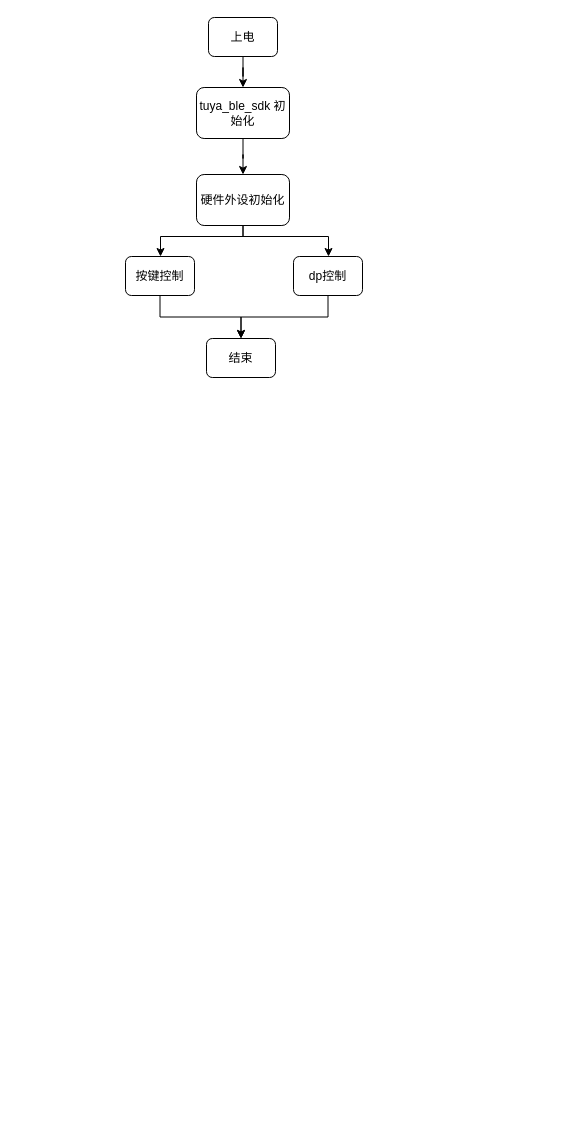
The draw.io diagram power bank software.drawio in JeffYec/Jeff, before the edit. Source tidied: cells renumbered, new cells numbered last; positions are measured from the earlier drawing's top-left corner, leaving out a move shared by most shapes. Both pictures are drawn from the tidied source at 100%, with x=0, y=0 at pixel (125, 17).
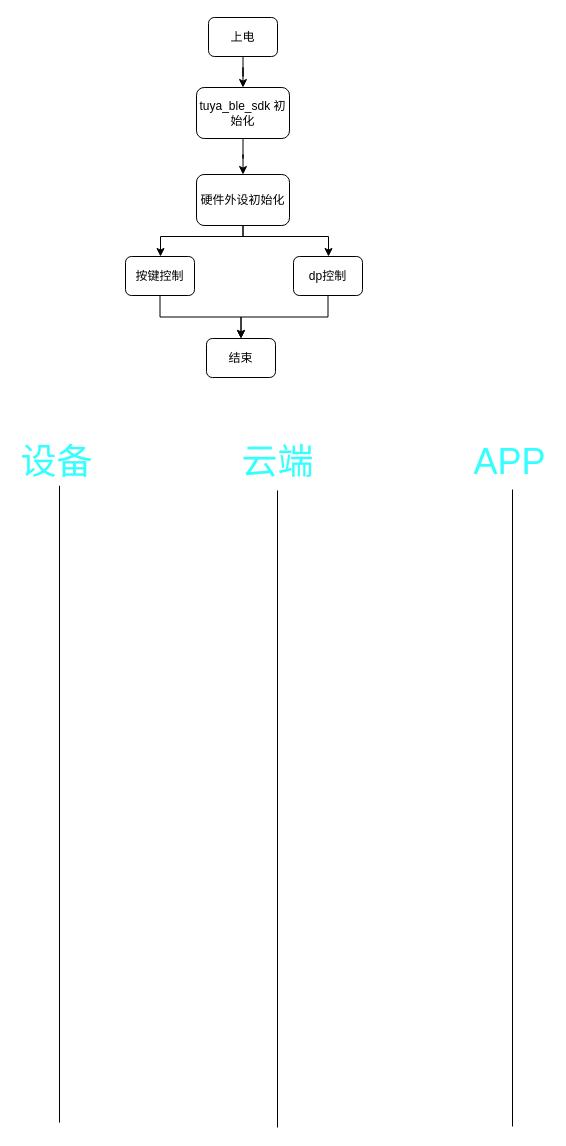
The same diagram, later.

What changed in the source:
```diff
@@
+    <mxCell id="14" style="endArrow=none;html=1;rounded=0;" parent="1" edge="1">
+      <mxGeometry relative="1" as="geometry">
+        <mxPoint x="-66" y="1105" as="sourcePoint" />
+        <mxPoint x="-66" y="468" as="targetPoint" />
+      </mxGeometry>
+    </mxCell>
+    <mxCell id="15" style="endArrow=none;html=1;rounded=0;" parent="1" edge="1">
+      <mxGeometry relative="1" as="geometry">
+        <mxPoint x="152" y="1110" as="sourcePoint" />
+        <mxPoint x="152" y="473" as="targetPoint" />
+      </mxGeometry>
+    </mxCell>
+    <mxCell id="16" style="endArrow=none;html=1;rounded=0;" parent="1" edge="1">
+      <mxGeometry relative="1" as="geometry">
+        <mxPoint x="387" y="1109" as="sourcePoint" />
+        <mxPoint x="387" y="472" as="targetPoint" />
+      </mxGeometry>
+    </mxCell>
+    <mxCell id="17" value="&lt;font style=&quot;font-size: 36px&quot; color=&quot;#33ffff&quot;&gt;设备&lt;/font&gt;" style="rounded=0;whiteSpace=wrap;html=1;strokeColor=none;" parent="1" vertex="1">
+      <mxGeometry x="-108" y="419" width="79" height="49" as="geometry" />
+    </mxCell>
+    <mxCell id="18" value="&lt;font style=&quot;font-size: 36px&quot; color=&quot;#33ffff&quot;&gt;云端&lt;/font&gt;" style="rounded=0;whiteSpace=wrap;html=1;strokeColor=none;" parent="1" vertex="1">
+      <mxGeometry x="113" y="419" width="79" height="49" as="geometry" />
+    </mxCell>
+    <mxCell id="19" value="&lt;span style=&quot;font-size: 36px&quot;&gt;&lt;font color=&quot;#33ffff&quot;&gt;APP&lt;/font&gt;&lt;/span&gt;" style="rounded=0;whiteSpace=wrap;html=1;strokeColor=none;" parent="1" vertex="1">
+      <mxGeometry x="345" y="419" width="79" height="49" as="geometry" />
+    </mxCell>
```
